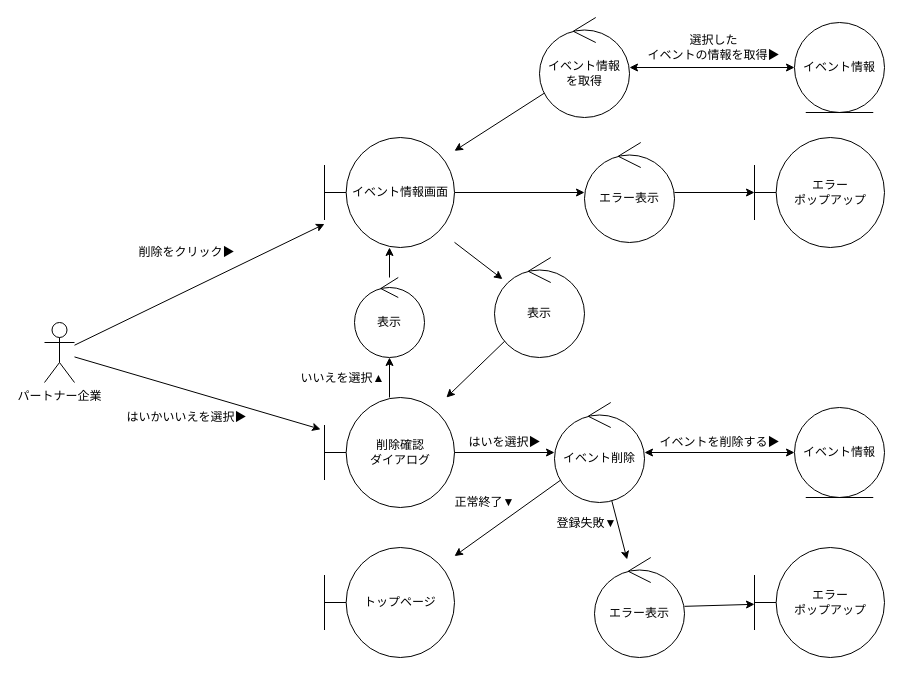
Above: page "イベント削除" (3 of 10) of out/ロバストネス図/パートナー企業-ロバストネス図.drawio in ksw2270227/GroupF (draw.io), before the change. Source tidied: cells renumbered, new cells numbered last; positions are measured from the earlier drawing's top-left corner, leaving out a move shared by most shapes. Both pictures are drawn from the tidied source at 100%, with x=0, y=0 at pixel (44, 17).
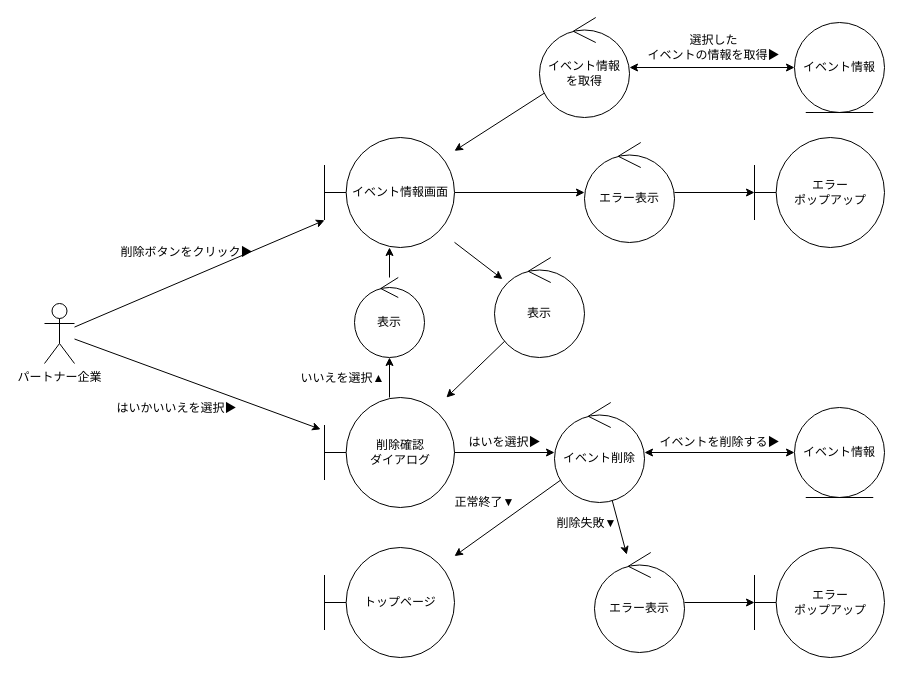
The same diagram, later.

The edit, as a diff of the source:
```diff
@@
     <mxCell id="4" value="パートナー企業" style="shape=umlActor;verticalLabelPosition=bottom;verticalAlign=top;html=1;" parent="1" vertex="1">
-      <mxGeometry y="305" width="30" height="60" as="geometry" />
+      <mxGeometry y="286" width="30" height="60" as="geometry" />
     </mxCell>
@@
-    <mxCell id="10" value="削除をクリック▶" style="text;html=1;align=center;verticalAlign=middle;strokeColor=none;fillColor=none;" parent="1" vertex="1">
-      <mxGeometry x="82" y="220" width="120" height="30" as="geometry" />
+    <mxCell id="10" value="削除ボタンをクリック▶" style="text;html=1;align=center;verticalAlign=middle;strokeColor=none;fillColor=none;" parent="1" vertex="1">
+      <mxGeometry x="62" y="220" width="160" height="30" as="geometry" />
     </mxCell>
@@
     <mxCell id="21" value="はいかいいえを選択▶" style="text;html=1;align=center;verticalAlign=middle;strokeColor=none;fillColor=none;" parent="1" vertex="1">
-      <mxGeometry x="72" y="385" width="140" height="30" as="geometry" />
+      <mxGeometry x="62" y="376" width="140" height="30" as="geometry" />
     </mxCell>
@@
     <mxCell id="33" value="エラー表示" style="ellipse;shape=umlControl;whiteSpace=wrap;html=1;" parent="1" vertex="1">
-      <mxGeometry x="550" y="540" width="90" height="100" as="geometry" />
+      <mxGeometry x="550" y="535" width="90" height="100" as="geometry" />
     </mxCell>
@@
-    <mxCell id="37" value="登録失敗▼" style="text;html=1;align=center;verticalAlign=middle;strokeColor=none;fillColor=none;" parent="1" vertex="1">
+    <mxCell id="37" value="削除失敗▼" style="text;html=1;align=center;verticalAlign=middle;strokeColor=none;fillColor=none;" parent="1" vertex="1">
       <mxGeometry x="502" y="491" width="80" height="30" as="geometry" />
     </mxCell>
```
